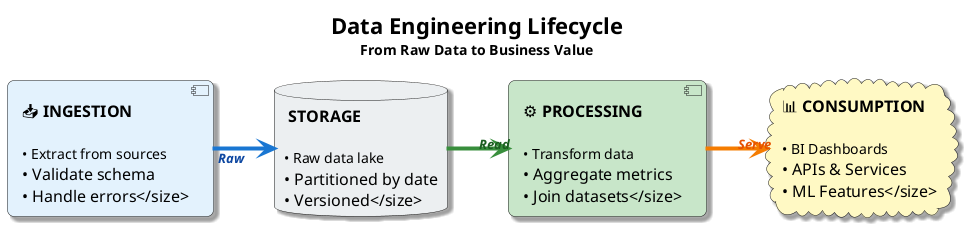
Above: diagrams/week01/week1_lifecycle_phases.png in OrPerets/data-engineering-course (PlantUML), before the change.
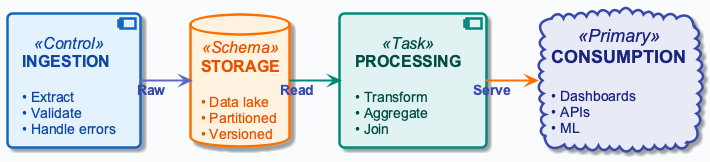
Above is the later version.

Diff of the diagram source:
```diff
@@ -1,31 +1,17 @@
 @startuml
+!include ../_template_styles.puml
 left to right direction
-skinparam defaultFontName "Segoe UI, Helvetica, sans-serif"
-skinparam defaultFontSize 16
-skinparam roundcorner 15
-skinparam shadowing true
-skinparam linetype ortho
-skinparam nodesep 35
-skinparam ranksep 60
 
-skinparam arrow {
-    Thickness 3
-    FontSize 13
-    FontStyle italic
-}
+component "**INGESTION**\n\n<size:14>• Extract</size>\n<size:14>• Validate</size>\n<size:14>• Handle errors</size>" as I <<Control>>
 
-title <size:22><b>Data Engineering Lifecycle</b></size>\n<size:14>From Raw Data to Business Value</size>
+database "**STORAGE**\n\n<size:14>• Data lake</size>\n<size:14>• Partitioned</size>\n<size:14>• Versioned</size>" as S <<Schema>>
 
-component "📥 **INGESTION**\n\n<size:14>• Extract from sources\n• Validate schema\n• Handle errors</size>" as I #E3F2FD
+component "**PROCESSING**\n\n<size:14>• Transform</size>\n<size:14>• Aggregate</size>\n<size:14>• Join</size>" as P <<Task>>
 
-database "💾 **STORAGE**\n\n<size:14>• Raw data lake\n• Partitioned by date\n• Versioned</size>" as S #ECEFF1
+cloud "**CONSUMPTION**\n\n<size:14>• Dashboards</size>\n<size:14>• APIs</size>\n<size:14>• ML</size>" as C <<Primary>>
 
-component "⚙️ **PROCESSING**\n\n<size:14>• Transform data\n• Aggregate metrics\n• Join datasets</size>" as P #C8E6C9
-
-cloud "📊 **CONSUMPTION**\n\n<size:14>• BI Dashboards\n• APIs & Services\n• ML Features</size>" as C #FFF9C4
-
-I -[#1976D2,thickness=4]-> S : <size:13><color:#0D47A1>**Raw**</color></size>
-S -[#388E3C,thickness=4]-> P : <size:13><color:#1B5E20>**Read**</color></size>
-P -[#F57C00,thickness=4]-> C : <size:13><color:#E65100>**Serve**</color></size>
+I -[#5C6BC0,thickness=2]-> S : <color:#3949AB>**Raw**</color>
+S -[#00897B,thickness=2]-> P : <color:#3949AB>**Read**</color>
+P -[#FF6F00,thickness=2]-> C : <color:#3949AB>**Serve**</color>
 
 @enduml
```
